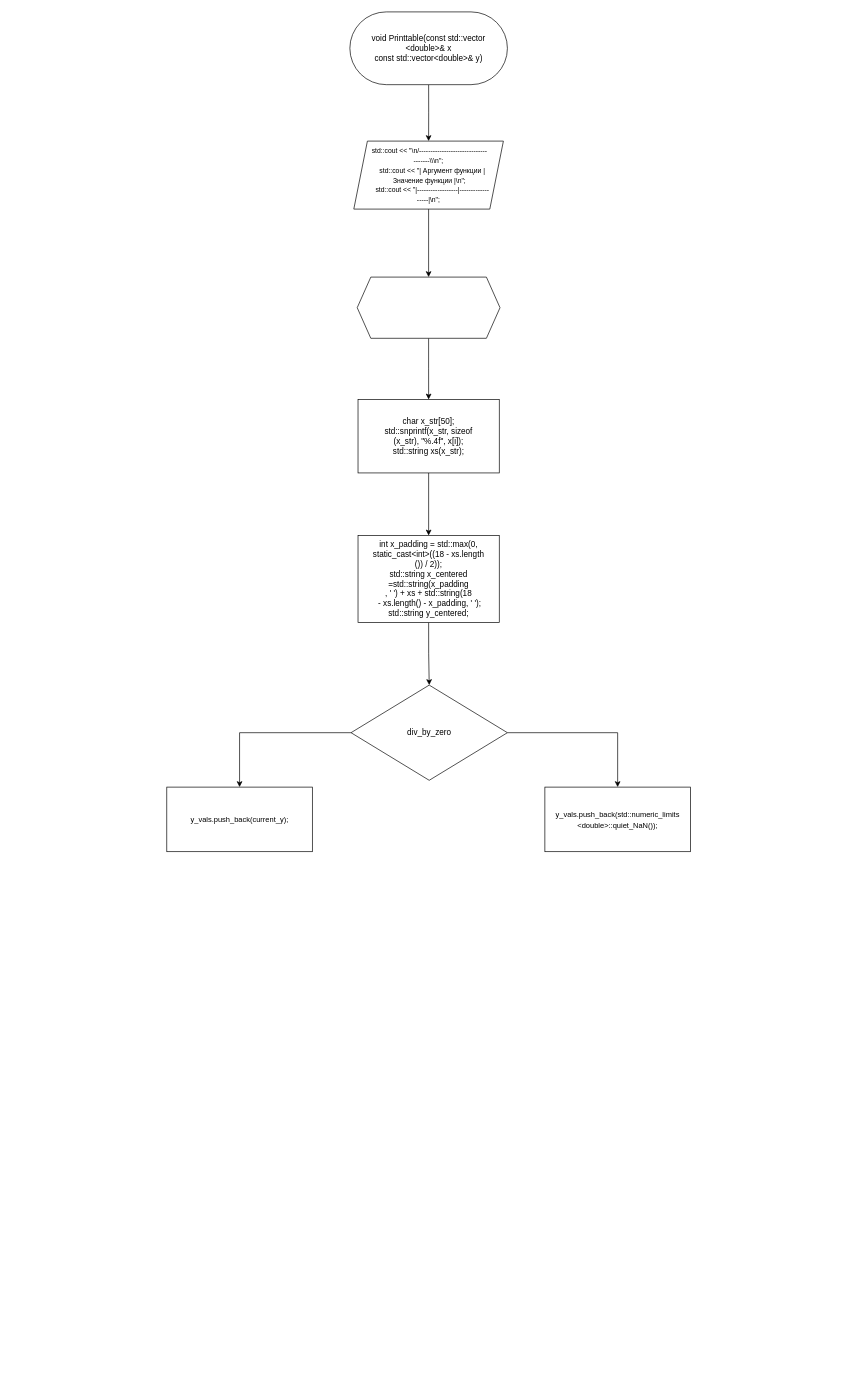
Earlier version of the draw.io diagram Printtable.drawio (kravecila28-ops/Block-diagram_templates). Source tidied: cells renumbered, new cells numbered last; positions are measured from the earlier drawing's top-left corner, leaving out a move shared by most shapes. Both pictures are drawn from the tidied source at 68%, with x=0, y=0 at pixel (167, 12).
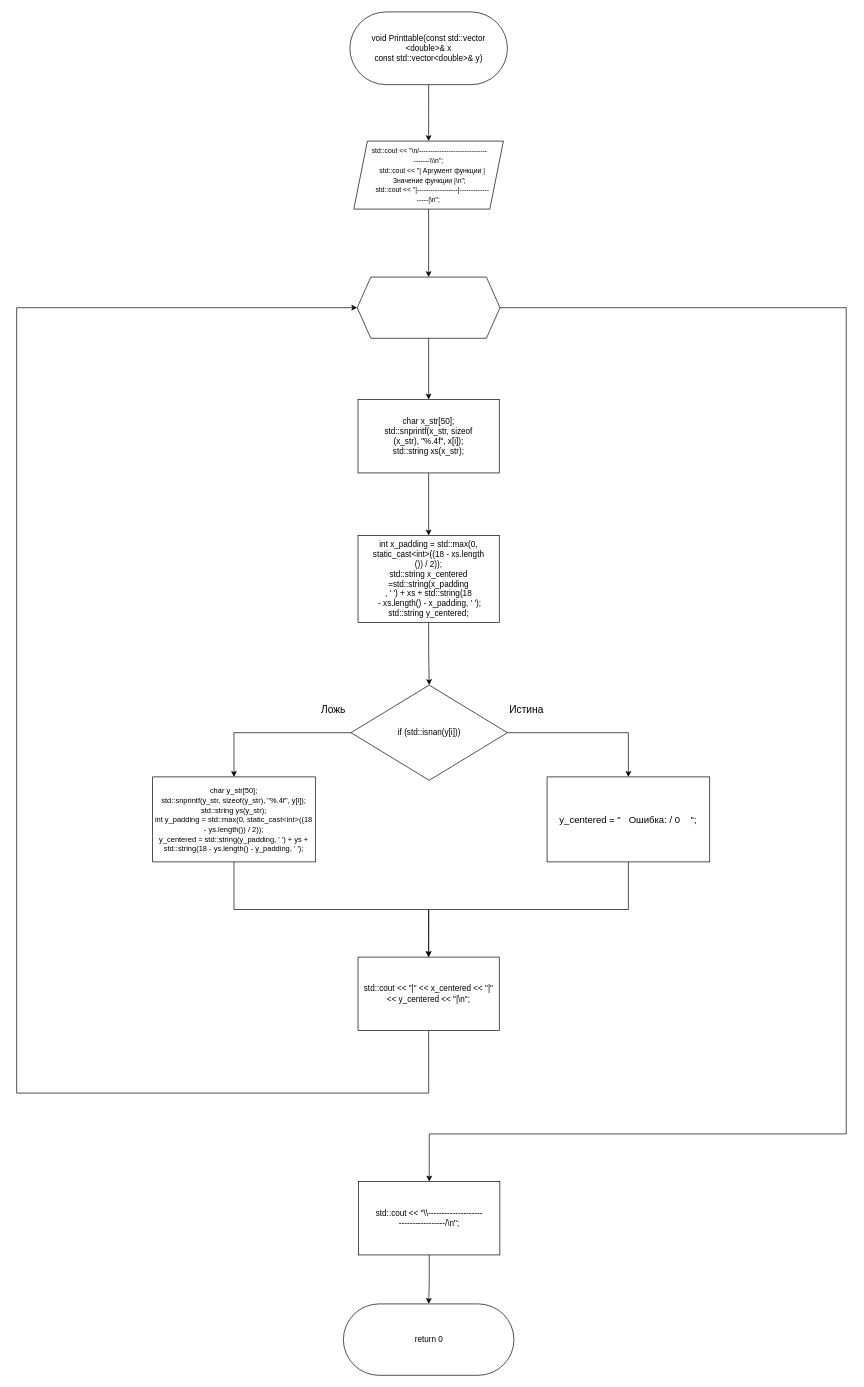
The same page after the edit.

The change refers to these unchanged cells:
```xml
<mxCell id="7" value="&lt;div style=&quot;text-align: start;&quot;&gt;&lt;span style=&quot;background-color: transparent; font-variant-ligatures: none; white-space-collapse: preserve;&quot;&gt;&lt;font face=&quot;Google Sans Flex, Google Sans, system-ui, sans-serif&quot; style=&quot;font-size: 14px;&quot;&gt;for (size_t i = 0; i &amp;lt; x.size(); ++i)&lt;/font&gt;&lt;/span&gt;&lt;/div&gt;" style="shape=hexagon;perimeter=hexagonPerimeter2;whiteSpace=wrap;html=1;fixedSize=1;fontColor=light-dark(#FFFFFF,#FFFFFF);" parent="1" vertex="1">
  <mxGeometry x="279.8" y="390" width="210" height="90" as="geometry" />
</mxCell>
```

The edit, as a diff of the source:
```diff
@@
+    <mxCell id="17" style="edgeStyle=orthogonalEdgeStyle;rounded=0;jettySize=auto;html=1;exitX=1;exitY=0.5;exitDx=0;exitDy=0;entryX=0.5;entryY=0;entryDx=0;entryDy=0;" parent="1" edge="1" source="7" target="24">
+      <mxGeometry relative="1" as="geometry">
+        <Array as="points">
+          <mxPoint x="999" y="435" />
+          <mxPoint x="999" y="1650" />
+          <mxPoint x="386" y="1650" />
+        </Array>
+      </mxGeometry>
+    </mxCell>
@@
-    <mxCell id="12" style="edgeStyle=orthogonalEdgeStyle;rounded=0;jettySize=auto;html=1;exitX=1;exitY=0.5;exitDx=0;exitDy=0;entryX=0.5;entryY=0;entryDx=0;entryDy=0;" parent="1" edge="1" source="14" target="15">
+    <mxCell id="12" style="edgeStyle=orthogonalEdgeStyle;rounded=0;jettySize=auto;html=1;exitX=1;exitY=0.5;exitDx=0;exitDy=0;entryX=0.5;entryY=0;entryDx=0;entryDy=0;" parent="1" edge="1" source="14" target="20">
       <mxGeometry relative="1" as="geometry" />
     </mxCell>
@@
-    <mxCell id="14" value="div_by_zero" style="rhombus;whiteSpace=wrap;html=1;" parent="1" vertex="1">
+    <mxCell id="14" value="if (std::isnan(y[i]))" style="rhombus;whiteSpace=wrap;html=1;" parent="1" vertex="1">
       <mxGeometry x="270.7" y="990" width="230" height="140" as="geometry" />
     </mxCell>
-    <mxCell id="15" value="&lt;font style=&quot;font-size: 11px;&quot;&gt;y_vals.push_back(std::numeric_limits&lt;/font&gt;&lt;div&gt;&lt;font style=&quot;font-size: 11px;&quot;&gt;&amp;lt;double&amp;gt;::quiet_NaN());&lt;/font&gt;&lt;/div&gt;" style="rounded=0;whiteSpace=wrap;html=1;" parent="1" vertex="1">
-      <mxGeometry x="555.8" y="1140" width="214" height="95" as="geometry" />
-    </mxCell>
+    <mxCell id="18" style="edgeStyle=orthogonalEdgeStyle;rounded=0;jettySize=auto;html=1;exitX=0.5;exitY=1;exitDx=0;exitDy=0;entryX=0.5;entryY=0;entryDx=0;entryDy=0;" parent="1" edge="1" source="16" target="22">
+      <mxGeometry relative="1" as="geometry" />
+    </mxCell>
-    <mxCell id="16" value="&lt;span style=&quot;font-size: 11px;&quot;&gt;y_vals.push_back(current_y);&lt;/span&gt;" style="rounded=0;whiteSpace=wrap;html=1;" parent="1" vertex="1">
-      <mxGeometry x="-0.2" y="1140" width="214" height="95" as="geometry" />
+    <mxCell id="16" value="&lt;div&gt;&lt;font style=&quot;font-size: 11px;&quot;&gt;char y_str[50];&lt;/font&gt;&lt;/div&gt;&lt;div&gt;&lt;font style=&quot;font-size: 11px;&quot;&gt;std::snprintf(y_str, sizeof(y_str), &quot;%.4f&quot;, y[i]);&lt;/font&gt;&lt;/div&gt;&lt;div&gt;&lt;font style=&quot;font-size: 11px;&quot;&gt;std::string ys(y_str);&lt;/font&gt;&lt;/div&gt;&lt;div&gt;&lt;font style=&quot;font-size: 11px;&quot;&gt;int y_padding = std::max(0, static_cast&amp;lt;int&amp;gt;((18 - ys.length()) / 2));&lt;/font&gt;&lt;/div&gt;&lt;div&gt;&lt;font style=&quot;font-size: 11px;&quot;&gt;y_centered = std::string(y_padding, ' ') + ys + std::string(18 - ys.length() - y_padding, ' ');&lt;/font&gt;&lt;/div&gt;" style="rounded=0;whiteSpace=wrap;html=1;" parent="1" vertex="1">
+      <mxGeometry x="-21" y="1125" width="239.2" height="125" as="geometry" />
     </mxCell>
+    <mxCell id="19" style="edgeStyle=orthogonalEdgeStyle;rounded=0;jettySize=auto;html=1;exitX=0.5;exitY=1;exitDx=0;exitDy=0;entryX=0.5;entryY=0;entryDx=0;entryDy=0;" parent="1" edge="1" source="20" target="22">
+      <mxGeometry relative="1" as="geometry" />
+    </mxCell>
+    <mxCell id="20" value="&lt;font style=&quot;font-size: 14px;&quot;&gt;y_centered = &quot;&amp;nbsp; &amp;nbsp;Ошибка: / 0&amp;nbsp; &amp;nbsp; &quot;;&lt;/font&gt;" style="rounded=0;whiteSpace=wrap;html=1;" parent="1" vertex="1">
+      <mxGeometry x="559" y="1125" width="239.2" height="125" as="geometry" />
+    </mxCell>
+    <mxCell id="21" style="edgeStyle=orthogonalEdgeStyle;rounded=0;jettySize=auto;html=1;exitX=0.5;exitY=1;exitDx=0;exitDy=0;entryX=0;entryY=0.5;entryDx=0;entryDy=0;" parent="1" edge="1" source="22" target="7">
+      <mxGeometry relative="1" as="geometry">
+        <Array as="points">
+          <mxPoint x="385" y="1590" />
+          <mxPoint x="-221" y="1590" />
+          <mxPoint x="-221" y="435" />
+        </Array>
+      </mxGeometry>
+    </mxCell>
+    <mxCell id="22" value="std::cout &amp;lt;&amp;lt; &quot;|&quot; &amp;lt;&amp;lt; x_centered &amp;lt;&amp;lt; &quot;|&quot; &amp;lt;&amp;lt; y_centered &amp;lt;&amp;lt; &quot;|\n&quot;;" style="rounded=0;whiteSpace=wrap;html=1;" parent="1" vertex="1">
+      <mxGeometry x="281" y="1390" width="207.7" height="108" as="geometry" />
+    </mxCell>
+    <mxCell id="23" style="edgeStyle=orthogonalEdgeStyle;rounded=0;jettySize=auto;html=1;exitX=0.5;exitY=1;exitDx=0;exitDy=0;entryX=0.5;entryY=0;entryDx=0;entryDy=0;" parent="1" edge="1" source="24" target="25">
+      <mxGeometry relative="1" as="geometry" />
+    </mxCell>
+    <mxCell id="24" value="std::cout &amp;lt;&amp;lt; &quot;\\--------------------&lt;div&gt;-----------------/\n&quot;;&lt;/div&gt;" style="rounded=0;whiteSpace=wrap;html=1;" parent="1" vertex="1">
+      <mxGeometry x="281.9" y="1720" width="207.7" height="108" as="geometry" />
+    </mxCell>
+    <mxCell id="25" value="return 0" style="rounded=1;whiteSpace=wrap;html=1;arcSize=50;labelBackgroundColor=none;" parent="1" vertex="1">
+      <mxGeometry x="259.5" y="1900" width="250.8" height="105" as="geometry" />
+    </mxCell>
+    <mxCell id="26" value="&lt;font style=&quot;font-size: 15px;&quot;&gt;Истина&lt;/font&gt;" style="text;html=1;whiteSpace=wrap;strokeColor=none;fillColor=none;align=center;verticalAlign=middle;rounded=0;" parent="1" vertex="1">
+      <mxGeometry x="499" y="1010" width="60" height="30" as="geometry" />
+    </mxCell>
+    <mxCell id="27" value="&lt;span style=&quot;font-size: 15px;&quot;&gt;Ложь&lt;/span&gt;" style="text;html=1;whiteSpace=wrap;strokeColor=none;fillColor=none;align=center;verticalAlign=middle;rounded=0;" parent="1" vertex="1">
+      <mxGeometry x="214.8" y="1010" width="60" height="30" as="geometry" />
+    </mxCell>
```
